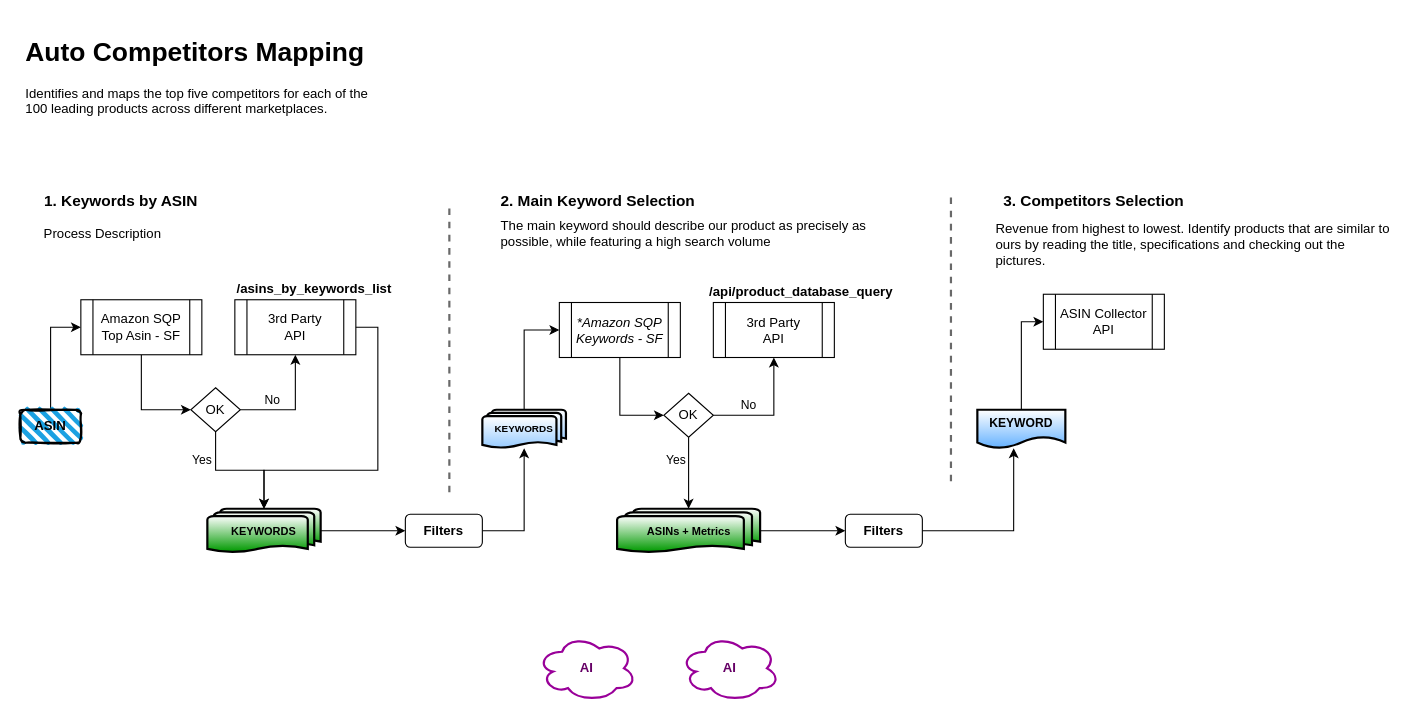
Above: competitors-mapping/sx_competitors_mapping.drawio in rribeirosellerx/drawio (draw.io), before the change. Source tidied: cells renumbered, new cells numbered last; positions are measured from the earlier drawing's top-left corner, leaving out a move shared by most shapes. Both pictures are drawn from the tidied source at 110%, with x=0, y=0 at pixel (20, 30).
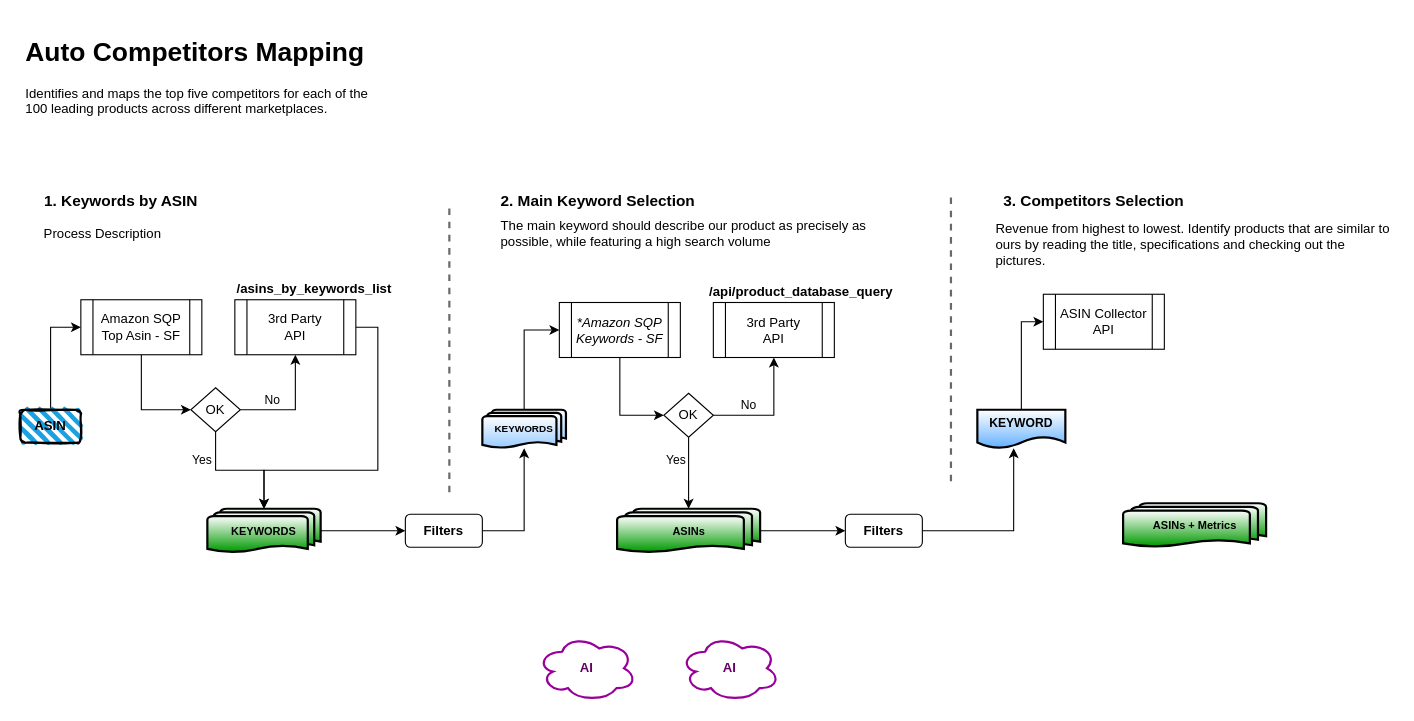
The same diagram, later.

Commit message:
asin_collector

The edit, as a diff of the source:
```diff
@@
-    <mxCell id="30" value="&lt;b style=&quot;font-size: 10px;&quot;&gt;ASINs + Metrics&lt;/b&gt;" style="strokeWidth=2;html=1;shape=mxgraph.flowchart.multi-document;whiteSpace=wrap;gradientColor=#009900;fontSize=10;align=center;" parent="1" vertex="1">
+    <mxCell id="30" value="&lt;b style=&quot;font-size: 10px;&quot;&gt;ASINs&lt;/b&gt;" style="strokeWidth=2;html=1;shape=mxgraph.flowchart.multi-document;whiteSpace=wrap;gradientColor=#009900;fontSize=10;align=center;" parent="1" vertex="1">
       <mxGeometry x="542.5" y="435" width="130" height="40" as="geometry" />
     </mxCell>
@@
+    <mxCell id="47" value="&lt;b style=&quot;font-size: 10px;&quot;&gt;ASINs + Metrics&lt;/b&gt;" style="strokeWidth=2;html=1;shape=mxgraph.flowchart.multi-document;whiteSpace=wrap;gradientColor=#009900;fontSize=10;align=center;" parent="1" vertex="1">
+      <mxGeometry x="1002.5" y="430" width="130" height="40" as="geometry" />
+    </mxCell>
```
